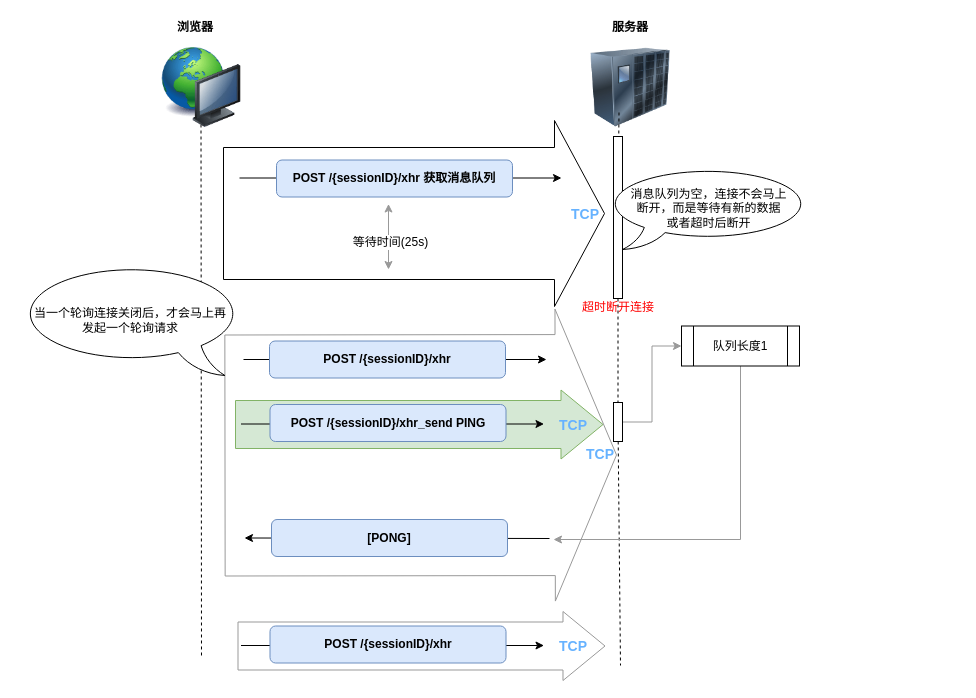
ivan-94/bobi.ink keeps this draw.io diagram as page "polling" (5 of 7) of source/_drawio/sockjs.drawio. Above is the earlier version. Source tidied: cells renumbered, new cells numbered last; positions are measured from the earlier drawing's top-left corner, leaving out a move shared by most shapes. Both pictures are drawn from the tidied source at 100%, with x=0, y=0 at pixel (17, 17).
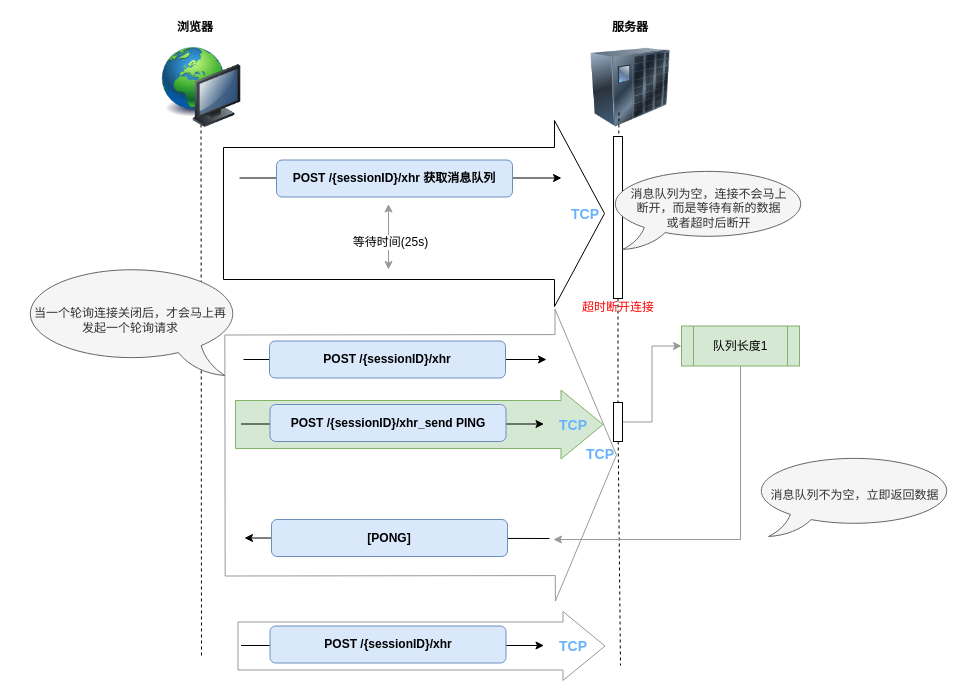
The same diagram, later.

Diff of the diagram source:
```diff
@@
-    <mxCell id="18" value="消息队列为空，连接不会马上&lt;br&gt;断开，而是等待有新的数据&lt;br&gt;或者超时后断开" style="whiteSpace=wrap;html=1;shape=mxgraph.basic.oval_callout;" parent="1" vertex="1">
+    <mxCell id="18" value="消息队列为空，连接不会马上&lt;br&gt;断开，而是等待有新的数据&lt;br&gt;或者超时后断开" style="whiteSpace=wrap;html=1;shape=mxgraph.basic.oval_callout;fillColor=#f5f5f5;strokeColor=#666666;fontColor=#333333;" parent="1" vertex="1">
       <mxGeometry x="588" y="150" width="207" height="82" as="geometry" />
     </mxCell>
@@
-    <mxCell id="21" value="队列长度1" style="shape=process;whiteSpace=wrap;html=1;backgroundOutline=1;" parent="1" vertex="1">
+    <mxCell id="21" value="队列长度1" style="shape=process;whiteSpace=wrap;html=1;backgroundOutline=1;fillColor=#d5e8d4;strokeColor=#82b366;" parent="1" vertex="1">
       <mxGeometry x="664" y="308.5" width="118" height="40" as="geometry" />
     </mxCell>
@@
-    <mxCell id="34" value="当一个轮询连接关闭后，才会马上再&lt;br&gt;发起一个轮询请求" style="whiteSpace=wrap;html=1;shape=mxgraph.basic.oval_callout;flipH=1;" parent="1" vertex="1">
+    <mxCell id="34" value="当一个轮询连接关闭后，才会马上再&lt;br&gt;发起一个轮询请求" style="whiteSpace=wrap;html=1;shape=mxgraph.basic.oval_callout;flipH=1;fillColor=#f5f5f5;strokeColor=#666666;fontColor=#333333;" parent="1" vertex="1">
       <mxGeometry y="247" width="226" height="111" as="geometry" />
     </mxCell>
@@
+    <mxCell id="44" value="消息队列不为空，立即返回数据" style="whiteSpace=wrap;html=1;shape=mxgraph.basic.oval_callout;fillColor=#f5f5f5;strokeColor=#666666;fontColor=#333333;" parent="1" vertex="1">
+      <mxGeometry x="734" y="437" width="207" height="82" as="geometry" />
+    </mxCell>
```
